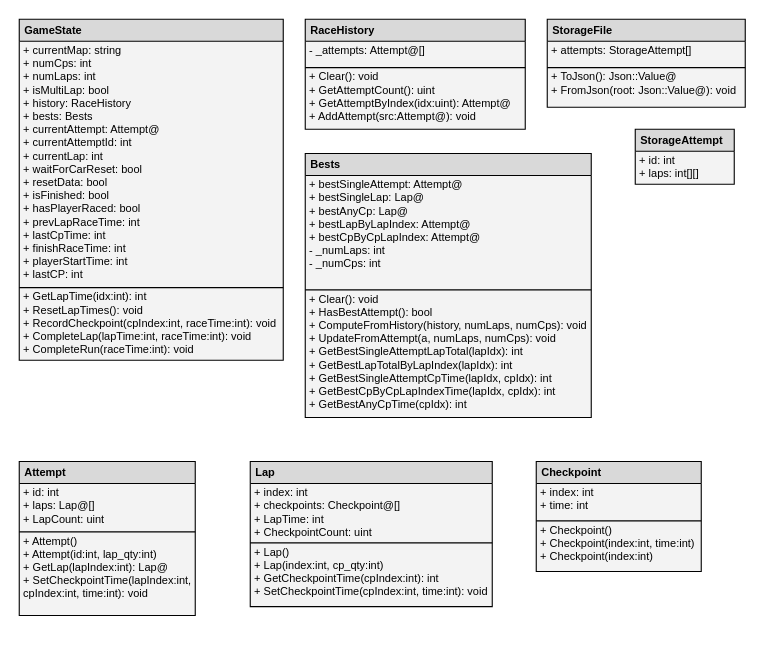
Before: diagrams/drawio/class_diagrams.drawio in nolanvargas/Weekly-Grand-Splits, a draw.io diagram. Source tidied: cells renumbered, new cells numbered last; positions are measured from the earlier drawing's top-left corner, leaving out a move shared by most shapes. Both pictures are drawn from the tidied source at 110%, with x=0, y=0 at pixel (19, 19).
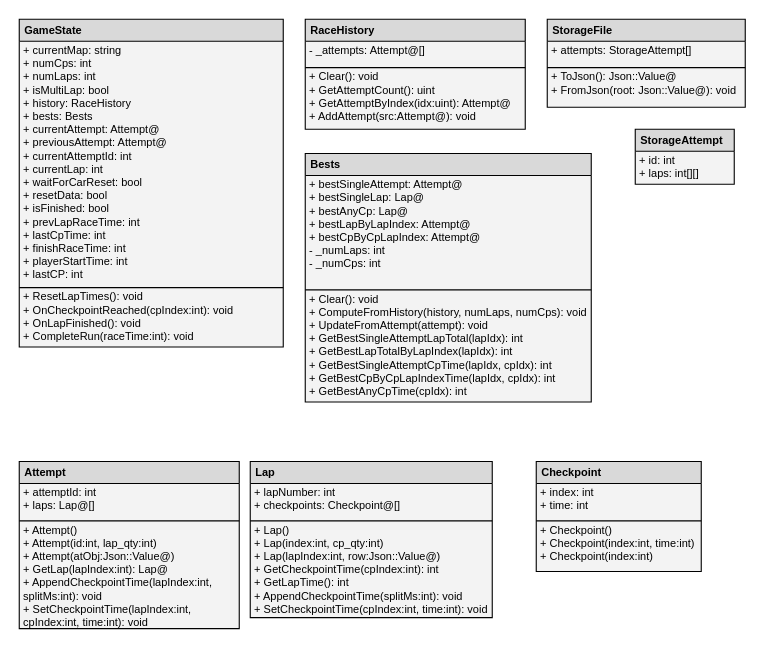
The same diagram, later.

Change to the diagram source:
```diff
@@
     <mxCell id="4" value="GameState" style="swimlane;backgroundColor=#d9d9d9;fontStyle=1;align=left;verticalAlign=top;horizontal=1;startSize=20;fillStyle=solid;strokeWidth=1;fontFamily=Helvetica;fontSize=10;fillColor=#D9D9D9;labelBackgroundColor=none;swimlaneFillColor=#f3f3f3;spacingBottom=5;spacingTop=-2;spacingLeft=3;" parent="1" vertex="1">
-      <mxGeometry width="240" height="310" as="geometry" />
+      <mxGeometry width="240" height="298" as="geometry" />
     </mxCell>
-    <mxCell id="5" value="+ currentMap: string&lt;div&gt;+ numCps: int&lt;/div&gt;&lt;div&gt;+ numLaps: int&lt;/div&gt;&lt;div&gt;+ isMultiLap: bool&lt;/div&gt;&lt;div&gt;+ history: RaceHistory&lt;/div&gt;&lt;div&gt;+ bests: Bests&lt;/div&gt;&lt;div&gt;+ currentAttempt: Attempt@&lt;/div&gt;&lt;div&gt;+ currentAttemptId: int&lt;/div&gt;&lt;div&gt;+ currentLap: int&lt;/div&gt;&lt;div&gt;+ waitForCarReset: bool&lt;/div&gt;&lt;div&gt;+ resetData: bool&lt;/div&gt;&lt;div&gt;+ isFinished: bool&lt;/div&gt;&lt;div&gt;+ hasPlayerRaced: bool&lt;/div&gt;&lt;div&gt;+ prevLapRaceTime: int&lt;/div&gt;&lt;div&gt;+ lastCpTime: int&lt;/div&gt;&lt;div&gt;+ finishRaceTime: int&lt;/div&gt;&lt;div&gt;+ playerStartTime: int&lt;/div&gt;&lt;div&gt;+ lastCP: int&lt;/div&gt;" style="text;html=1;strokeColor=none;fillColor=none;align=left;verticalAlign=top;whiteSpace=wrap;rounded=0;labelBackgroundColor=none;fillStyle=solid;strokeWidth=1;fontFamily=Helvetica;fontSize=10;spacingLeft=2;spacingTop=-4;" parent="4" vertex="1">
+    <mxCell id="5" value="+ currentMap: string&lt;div&gt;+ numCps: int&lt;/div&gt;&lt;div&gt;+ numLaps: int&lt;/div&gt;&lt;div&gt;+ isMultiLap: bool&lt;/div&gt;&lt;div&gt;+ history: RaceHistory&lt;/div&gt;&lt;div&gt;+ bests: Bests&lt;/div&gt;&lt;div&gt;+ currentAttempt: Attempt@&lt;/div&gt;&lt;div&gt;+ previousAttempt: Attempt@&lt;/div&gt;&lt;div&gt;+ currentAttemptId: int&lt;/div&gt;&lt;div&gt;+ currentLap: int&lt;/div&gt;&lt;div&gt;+ waitForCarReset: bool&lt;/div&gt;&lt;div&gt;+ resetData: bool&lt;/div&gt;&lt;div&gt;+ isFinished: bool&lt;/div&gt;&lt;div&gt;+ prevLapRaceTime: int&lt;/div&gt;&lt;div&gt;+ lastCpTime: int&lt;/div&gt;&lt;div&gt;+ finishRaceTime: int&lt;/div&gt;&lt;div&gt;+ playerStartTime: int&lt;/div&gt;&lt;div&gt;+ lastCP: int&lt;/div&gt;" style="text;html=1;strokeColor=none;fillColor=none;align=left;verticalAlign=top;whiteSpace=wrap;rounded=0;labelBackgroundColor=none;fillStyle=solid;strokeWidth=1;fontFamily=Helvetica;fontSize=10;spacingLeft=2;spacingTop=-4;" parent="4" vertex="1">
       <mxGeometry y="20" width="240" height="220" as="geometry" />
     </mxCell>
@@
-    <mxCell id="7" value="&lt;div&gt;&lt;div&gt;+ GetLapTime(idx:int): int&lt;/div&gt;&lt;div&gt;+ ResetLapTimes(): void&lt;/div&gt;&lt;div&gt;+ RecordCheckpoint(cpIndex:int, raceTime:int): void&lt;/div&gt;&lt;div&gt;+ CompleteLap(lapTime:int, raceTime:int): void&lt;/div&gt;&lt;div&gt;+ CompleteRun(raceTime:int): void&lt;/div&gt;&lt;/div&gt;" style="text;html=1;strokeColor=none;fillColor=none;align=left;verticalAlign=top;whiteSpace=wrap;rounded=0;labelBackgroundColor=none;fillStyle=solid;strokeWidth=1;fontFamily=Helvetica;fontSize=10;spacingTop=-8;spacingLeft=2;" parent="4" vertex="1">
-      <mxGeometry y="248" width="240" height="62" as="geometry" />
+    <mxCell id="7" value="&lt;div&gt;&lt;div&gt;+ ResetLapTimes(): void&lt;/div&gt;&lt;div&gt;+ OnCheckpointReached(cpIndex:int): void&lt;/div&gt;&lt;div&gt;+ OnLapFinished(): void&lt;/div&gt;&lt;div&gt;+ CompleteRun(raceTime:int): void&lt;/div&gt;&lt;/div&gt;" style="text;html=1;strokeColor=none;fillColor=none;align=left;verticalAlign=top;whiteSpace=wrap;rounded=0;labelBackgroundColor=none;fillStyle=solid;strokeWidth=1;fontFamily=Helvetica;fontSize=10;spacingTop=-8;spacingLeft=2;" parent="4" vertex="1">
+      <mxGeometry y="248" width="240" height="50" as="geometry" />
     </mxCell>
     <mxCell id="8" value="Bests" style="swimlane;backgroundColor=#d9d9d9;fontStyle=1;align=left;verticalAlign=top;horizontal=1;startSize=20;fillStyle=solid;strokeWidth=1;fontFamily=Helvetica;fontSize=10;fillColor=#D9D9D9;labelBackgroundColor=none;swimlaneFillColor=#f3f3f3;spacingBottom=5;spacingTop=-2;spacingLeft=3;" parent="1" vertex="1">
-      <mxGeometry x="260" y="122" width="260" height="240" as="geometry" />
+      <mxGeometry x="260" y="122" width="260" height="226" as="geometry" />
     </mxCell>
@@
-    <mxCell id="11" value="&lt;div&gt;&lt;span style=&quot;background-color: transparent; color: light-dark(rgb(0, 0, 0), rgb(255, 255, 255));&quot;&gt;+ Clear(): void&lt;/span&gt;&lt;/div&gt;&lt;div&gt;+ HasBestAttempt(): bool&lt;/div&gt;&lt;div&gt;+ ComputeFromHistory(history, numLaps, numCps): void&lt;/div&gt;&lt;div&gt;+ UpdateFromAttempt(a, numLaps, numCps): void&lt;/div&gt;&lt;div&gt;+ GetBestSingleAttemptLapTotal(lapIdx): int&lt;/div&gt;&lt;div&gt;+ GetBestLapTotalByLapIndex(lapIdx): int&lt;/div&gt;&lt;div&gt;+ GetBestSingleAttemptCpTime(lapIdx, cpIdx): int&lt;/div&gt;&lt;div&gt;+ GetBestCpByCpLapIndexTime(lapIdx, cpIdx): int&lt;/div&gt;&lt;div&gt;+ GetBestAnyCpTime(cpIdx): int&lt;/div&gt;" style="text;html=1;strokeColor=none;fillColor=none;align=left;verticalAlign=top;whiteSpace=wrap;rounded=0;labelBackgroundColor=none;fillStyle=solid;strokeWidth=1;fontFamily=Helvetica;fontSize=10;spacingTop=-8;spacingLeft=2;" parent="8" vertex="1">
-      <mxGeometry y="128" width="260" height="112" as="geometry" />
+    <mxCell id="11" value="&lt;div&gt;&lt;span style=&quot;background-color: transparent; color: light-dark(rgb(0, 0, 0), rgb(255, 255, 255));&quot;&gt;+ Clear(): void&lt;/span&gt;&lt;/div&gt;&lt;div&gt;+ ComputeFromHistory(history, numLaps, numCps): void&lt;/div&gt;&lt;div&gt;+ UpdateFromAttempt(attempt): void&lt;/div&gt;&lt;div&gt;+ GetBestSingleAttemptLapTotal(lapIdx): int&lt;/div&gt;&lt;div&gt;+ GetBestLapTotalByLapIndex(lapIdx): int&lt;/div&gt;&lt;div&gt;+ GetBestSingleAttemptCpTime(lapIdx, cpIdx): int&lt;/div&gt;&lt;div&gt;+ GetBestCpByCpLapIndexTime(lapIdx, cpIdx): int&lt;/div&gt;&lt;div&gt;+ GetBestAnyCpTime(cpIdx): int&lt;/div&gt;" style="text;html=1;strokeColor=none;fillColor=none;align=left;verticalAlign=top;whiteSpace=wrap;rounded=0;labelBackgroundColor=none;fillStyle=solid;strokeWidth=1;fontFamily=Helvetica;fontSize=10;spacingTop=-8;spacingLeft=2;" parent="8" vertex="1">
+      <mxGeometry y="128" width="260" height="98" as="geometry" />
     </mxCell>
@@
     <mxCell id="20" value="Lap" style="swimlane;backgroundColor=#d9d9d9;fontStyle=1;align=left;verticalAlign=top;horizontal=1;startSize=20;fillStyle=solid;strokeWidth=1;fontFamily=Helvetica;fontSize=10;fillColor=#D9D9D9;labelBackgroundColor=none;swimlaneFillColor=#f3f3f3;spacingBottom=5;spacingTop=-2;spacingLeft=3;" parent="1" vertex="1">
-      <mxGeometry x="210" y="402" width="220" height="132" as="geometry" />
+      <mxGeometry x="210" y="402" width="220" height="142" as="geometry" />
     </mxCell>
-    <mxCell id="21" value="&lt;div&gt;+ index: int&lt;/div&gt;&lt;div&gt;+ checkpoints: Checkpoint@[]&lt;/div&gt;&lt;div&gt;+ LapTime: int&lt;/div&gt;&lt;div&gt;+ CheckpointCount: uint&lt;/div&gt;" style="text;html=1;strokeColor=none;fillColor=none;align=left;verticalAlign=top;whiteSpace=wrap;rounded=0;labelBackgroundColor=none;fillStyle=solid;strokeWidth=1;fontFamily=Helvetica;fontSize=10;spacingLeft=2;spacingTop=-4;" parent="20" vertex="1">
-      <mxGeometry y="20" width="220" height="50" as="geometry" />
+    <mxCell id="21" value="&lt;div&gt;+ lapNumber: int&lt;/div&gt;&lt;div&gt;+ checkpoints: Checkpoint@[]&lt;/div&gt;" style="text;html=1;strokeColor=none;fillColor=none;align=left;verticalAlign=top;whiteSpace=wrap;rounded=0;labelBackgroundColor=none;fillStyle=solid;strokeWidth=1;fontFamily=Helvetica;fontSize=10;spacingLeft=2;spacingTop=-4;" parent="20" vertex="1">
+      <mxGeometry y="20" width="220" height="30" as="geometry" />
     </mxCell>
     <mxCell id="22" style="line;strokeWidth=1;fillColor=#f3f3f3;align=left;verticalAlign=middle;spacingTop=-1;spacingLeft=3;spacingRight=3;labelPosition=right;strokeColor=inherit;fillStyle=solid;fontFamily=Helvetica;fontSize=10;" parent="20" vertex="1">
-      <mxGeometry y="70" width="220" height="8" as="geometry" />
+      <mxGeometry y="50" width="220" height="8" as="geometry" />
     </mxCell>
-    <mxCell id="23" value="&lt;div&gt;&lt;span style=&quot;background-color: transparent; color: light-dark(rgb(0, 0, 0), rgb(255, 255, 255));&quot;&gt;+ Lap()&lt;/span&gt;&lt;/div&gt;&lt;div&gt;+ Lap(index:int, cp_qty:int)&lt;/div&gt;&lt;div&gt;+ GetCheckpointTime(cpIndex:int): int&lt;/div&gt;&lt;div&gt;+ SetCheckpointTime(cpIndex:int, time:int): void&lt;/div&gt;" style="text;html=1;strokeColor=none;fillColor=none;align=left;verticalAlign=top;whiteSpace=wrap;rounded=0;labelBackgroundColor=none;fillStyle=solid;strokeWidth=1;fontFamily=Helvetica;fontSize=10;spacingTop=-8;spacingLeft=2;" parent="20" vertex="1">
-      <mxGeometry y="78" width="220" height="54" as="geometry" />
+    <mxCell id="23" value="&lt;div&gt;&lt;span style=&quot;background-color: transparent; color: light-dark(rgb(0, 0, 0), rgb(255, 255, 255));&quot;&gt;+ Lap()&lt;/span&gt;&lt;/div&gt;&lt;div&gt;+ Lap(index:int, cp_qty:int)&lt;/div&gt;&lt;div&gt;+ Lap(lapIndex:int, row:Json::Value@)&lt;/div&gt;&lt;div&gt;+ GetCheckpointTime(cpIndex:int): int&lt;/div&gt;&lt;div&gt;+ GetLapTime(): int&lt;/div&gt;&lt;div&gt;+ AppendCheckpointTime(splitMs:int): void&lt;/div&gt;&lt;div&gt;+ SetCheckpointTime(cpIndex:int, time:int): void&lt;/div&gt;" style="text;html=1;strokeColor=none;fillColor=none;align=left;verticalAlign=top;whiteSpace=wrap;rounded=0;labelBackgroundColor=none;fillStyle=solid;strokeWidth=1;fontFamily=Helvetica;fontSize=10;spacingTop=-8;spacingLeft=2;" parent="20" vertex="1">
+      <mxGeometry y="58" width="220" height="84" as="geometry" />
     </mxCell>
     <mxCell id="24" value="Attempt" style="swimlane;backgroundColor=#d9d9d9;fontStyle=1;align=left;verticalAlign=top;horizontal=1;startSize=20;fillStyle=solid;strokeWidth=1;fontFamily=Helvetica;fontSize=10;fillColor=#D9D9D9;labelBackgroundColor=none;swimlaneFillColor=#f3f3f3;spacingBottom=5;spacingTop=-2;spacingLeft=3;" parent="1" vertex="1">
-      <mxGeometry y="402" width="160" height="140" as="geometry" />
+      <mxGeometry y="402" width="200" height="152" as="geometry" />
     </mxCell>
-    <mxCell id="25" value="&lt;div&gt;+ id: int&lt;/div&gt;&lt;div&gt;+ laps: Lap@[]&lt;/div&gt;&lt;div&gt;+ LapCount: uint&lt;/div&gt;" style="text;html=1;strokeColor=none;fillColor=none;align=left;verticalAlign=top;whiteSpace=wrap;rounded=0;labelBackgroundColor=none;fillStyle=solid;strokeWidth=1;fontFamily=Helvetica;fontSize=10;spacingLeft=2;spacingTop=-4;" parent="24" vertex="1">
-      <mxGeometry y="20" width="160" height="40" as="geometry" />
+    <mxCell id="25" value="&lt;div&gt;+ attemptId: int&lt;/div&gt;&lt;div&gt;+ laps: Lap@[]&lt;/div&gt;" style="text;html=1;strokeColor=none;fillColor=none;align=left;verticalAlign=top;whiteSpace=wrap;rounded=0;labelBackgroundColor=none;fillStyle=solid;strokeWidth=1;fontFamily=Helvetica;fontSize=10;spacingLeft=2;spacingTop=-4;" parent="24" vertex="1">
+      <mxGeometry y="20" width="200" height="30" as="geometry" />
     </mxCell>
     <mxCell id="26" style="line;strokeWidth=1;fillColor=#f3f3f3;align=left;verticalAlign=middle;spacingTop=-1;spacingLeft=3;spacingRight=3;labelPosition=right;strokeColor=inherit;fillStyle=solid;fontFamily=Helvetica;fontSize=10;" parent="24" vertex="1">
-      <mxGeometry y="60" width="160" height="8" as="geometry" />
+      <mxGeometry y="50" width="200" height="8" as="geometry" />
     </mxCell>
-    <mxCell id="27" value="&lt;div&gt;&lt;span style=&quot;background-color: transparent; color: light-dark(rgb(0, 0, 0), rgb(255, 255, 255));&quot;&gt;+ Attempt()&lt;/span&gt;&lt;/div&gt;&lt;div&gt;+ Attempt(id:int, lap_qty:int)&lt;/div&gt;&lt;div&gt;+ GetLap(lapIndex:int): Lap@&lt;/div&gt;&lt;div&gt;+ SetCheckpointTime(lapIndex:int, cpIndex:int, time:int): void&lt;/div&gt;" style="text;html=1;strokeColor=none;fillColor=none;align=left;verticalAlign=top;whiteSpace=wrap;rounded=0;labelBackgroundColor=none;fillStyle=solid;strokeWidth=1;fontFamily=Helvetica;fontSize=10;spacingTop=-8;spacingLeft=2;" parent="24" vertex="1">
-      <mxGeometry y="68" width="160" height="72" as="geometry" />
+    <mxCell id="27" value="&lt;div&gt;&lt;span style=&quot;background-color: transparent; color: light-dark(rgb(0, 0, 0), rgb(255, 255, 255));&quot;&gt;+ Attempt()&lt;/span&gt;&lt;/div&gt;&lt;div&gt;+ Attempt(id:int, lap_qty:int)&lt;/div&gt;&lt;div&gt;+ Attempt(atObj:Json::Value@)&lt;/div&gt;&lt;div&gt;+ GetLap(lapIndex:int): Lap@&lt;/div&gt;&lt;div&gt;+ AppendCheckpointTime(lapIndex:int, splitMs:int): void&lt;/div&gt;&lt;div&gt;+ SetCheckpointTime(lapIndex:int, cpIndex:int, time:int): void&lt;/div&gt;" style="text;html=1;strokeColor=none;fillColor=none;align=left;verticalAlign=top;whiteSpace=wrap;rounded=0;labelBackgroundColor=none;fillStyle=solid;strokeWidth=1;fontFamily=Helvetica;fontSize=10;spacingTop=-8;spacingLeft=2;" parent="24" vertex="1">
+      <mxGeometry y="58" width="200" height="94" as="geometry" />
     </mxCell>
```
